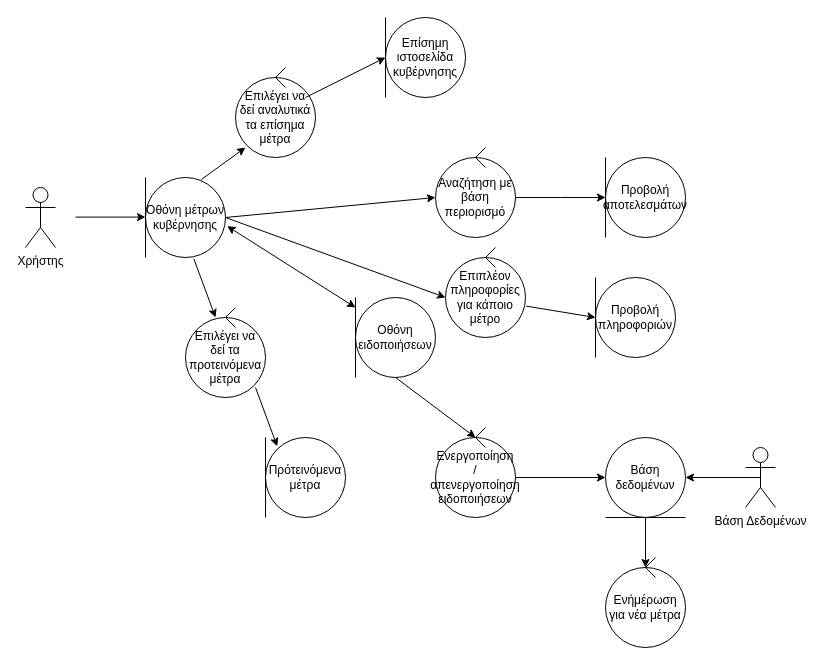
Above: Documents/DrawioResources/3rd cycle/RobustnessGovRestrictions.drawio in Mario-Sama/SoftEngProject2021 (draw.io), before the change. Source tidied: cells renumbered, new cells numbered last; positions are measured from the earlier drawing's top-left corner, leaving out a move shared by most shapes. Both pictures are drawn from the tidied source at 100%, with x=0, y=0 at pixel (25, 17).
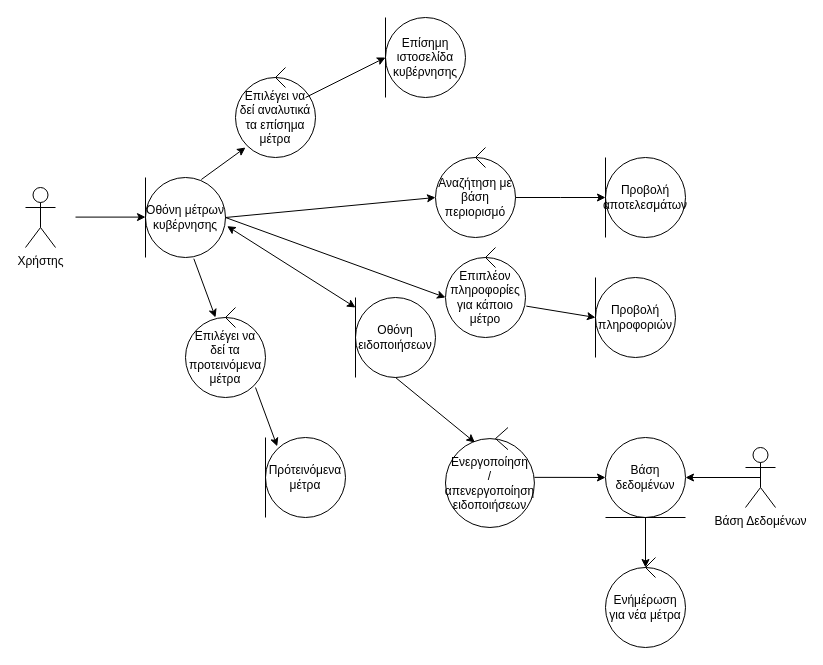
After the change.

Unchanged cells that the change refers to:
```xml
<mxCell id="18" value="&lt;div&gt;Οθόνη ειδοποιήσεων&lt;/div&gt;" style="ellipse;whiteSpace=wrap;html=1;rotation=0;" parent="17" vertex="1">
  <mxGeometry width="80" height="80" as="geometry" />
</mxCell>
<mxCell id="43" value="Βάση δεδομένων" style="ellipse;whiteSpace=wrap;html=1;rotation=0;" parent="42" vertex="1">
  <mxGeometry width="80" height="80" as="geometry" />
</mxCell>
```

Diff of the diagram source:
```diff
@@
     <mxCell id="12" style="group;" parent="1" vertex="1">
-      <mxGeometry x="410" y="410" width="80" height="90" as="geometry" />
+      <mxGeometry x="420" y="410" width="100" height="100" as="geometry" />
     </mxCell>
     <mxCell id="13" value="&lt;div&gt;Ενεργοποίηση&lt;/div&gt;&lt;div&gt;/απενεργοποίηση ειδοποιήσεων&lt;/div&gt;" style="ellipse;whiteSpace=wrap;html=1;" parent="12" vertex="1">
-      <mxGeometry y="10" width="80" height="80" as="geometry" />
+      <mxGeometry y="11.1" width="88.9" height="88.9" as="geometry" />
     </mxCell>
     <mxCell id="14" style="group;" parent="12" vertex="1">
-      <mxGeometry x="40" width="10" height="20" as="geometry" />
+      <mxGeometry x="50" width="12.5" height="22.2" as="geometry" />
     </mxCell>
     <mxCell id="15" style="endArrow=none;html=1;" parent="14" edge="1">
       <mxGeometry relative="1" as="geometry">
-        <mxPoint x="10" y="20" as="sourcePoint" />
-        <mxPoint y="10" as="targetPoint" />
+        <mxPoint x="12.5" y="22.2" as="sourcePoint" />
+        <mxPoint y="11.1" as="targetPoint" />
       </mxGeometry>
     </mxCell>
     <mxCell id="16" style="endArrow=none;html=1;" parent="14" edge="1">
       <mxGeometry relative="1" as="geometry">
-        <mxPoint y="10" as="sourcePoint" />
-        <mxPoint x="10" as="targetPoint" />
+        <mxPoint y="11.1" as="sourcePoint" />
+        <mxPoint x="12.5" as="targetPoint" />
       </mxGeometry>
     </mxCell>
@@
-    <mxCell id="20" style="endArrow=classic;html=1;exitX=0.5;exitY=1;exitDx=0;exitDy=0;" parent="1" edge="1" source="18">
-      <mxGeometry relative="1" as="geometry">
-        <mxPoint x="450" y="420" as="targetPoint" />
-      </mxGeometry>
+    <mxCell id="20" style="endArrow=classic;html=1;exitX=0.5;exitY=1;exitDx=0;exitDy=0;entryX=0.331;entryY=0.044;entryDx=0;entryDy=0;entryPerimeter=0;" parent="1" edge="1" source="18" target="13">
+      <mxGeometry relative="1" as="geometry" />
     </mxCell>
@@
-    <mxCell id="45" style="edgeStyle=orthogonalEdgeStyle;rounded=0;jettySize=auto;html=1;exitX=1;exitY=0.5;exitDx=0;exitDy=0;" parent="1" edge="1" source="13" target="43">
-      <mxGeometry relative="1" as="geometry" />
-    </mxCell>
@@
+    <mxCell id="45" style="edgeStyle=orthogonalEdgeStyle;rounded=0;jettySize=auto;html=1;entryX=0;entryY=0.5;entryDx=0;entryDy=0;exitX=1;exitY=0.436;exitDx=0;exitDy=0;exitPerimeter=0;" parent="1" edge="1" source="13" target="43">
+      <mxGeometry relative="1" as="geometry" />
+    </mxCell>
```
